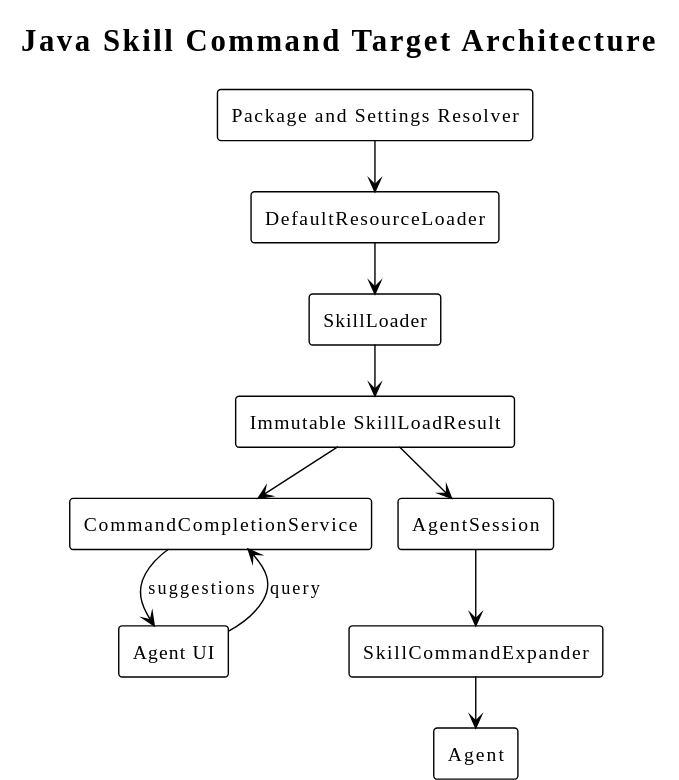
The PlantUML diagram diagrams/skill-command/05-target-architecture.svg in superheromeZzh/pi-mono-java-design, before a commit.
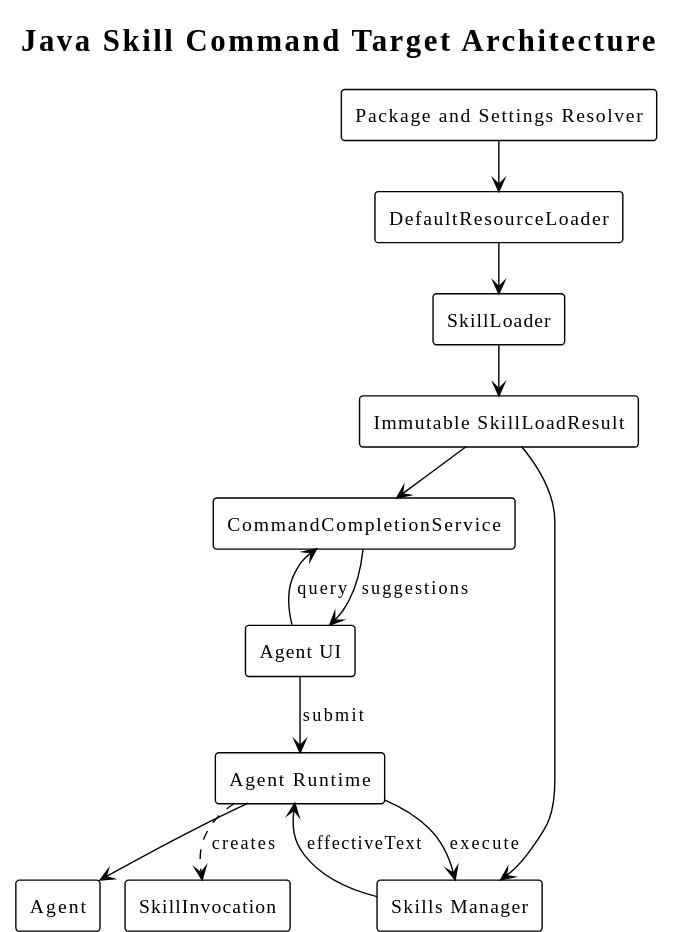
After the commit.

Commit message:
docs(agent): clarify skill command runtime boundary

What changed in the source:
```diff
@@ -12,8 +12,9 @@
 rectangle "Immutable SkillLoadResult" as LR
 rectangle "Agent UI" as GUI
 rectangle CommandCompletionService as CS
-rectangle AgentSession as AS
-rectangle SkillCommandExpander as SE
+rectangle "Agent Runtime" as AR
+rectangle SkillInvocation as SI
+rectangle "Skills Manager" as SM
 rectangle Agent as AG
 
 PM --> RL
@@ -22,7 +23,10 @@
 LR --> CS
 GUI --> CS : query
 CS --> GUI : suggestions
-LR --> AS
-AS --> SE
-SE --> AG
+GUI --> AR : submit
+AR ..> SI : creates
+AR --> SM : execute
+LR --> SM
+SM --> AR : effectiveText
+AR --> AG
 @enduml
```
